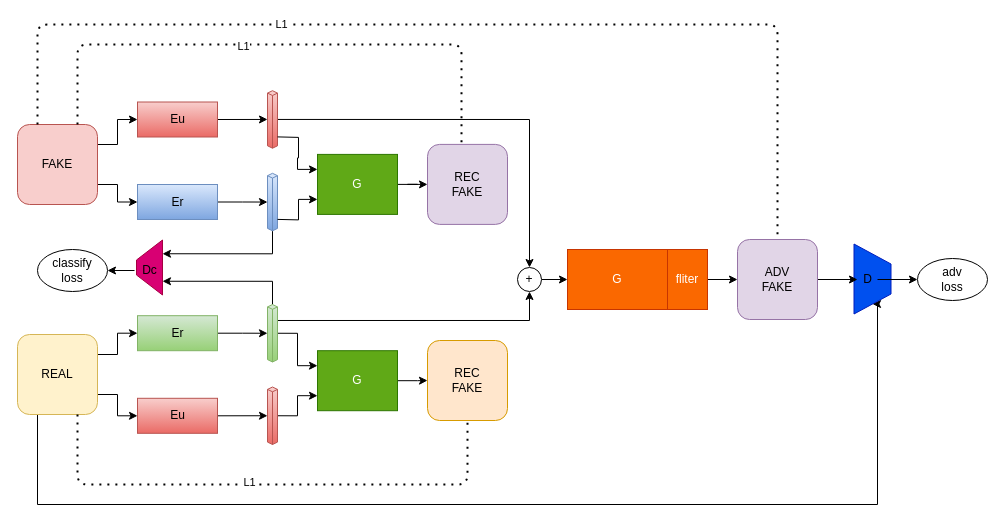
Before: Untitled Diagram.drawio in z30832564/autojs, a draw.io diagram. Source tidied: cells renumbered, new cells numbered last; positions are measured from the earlier drawing's top-left corner, leaving out a move shared by most shapes. Both pictures are drawn from the tidied source at 100%, with x=0, y=0 at pixel (17, 24).
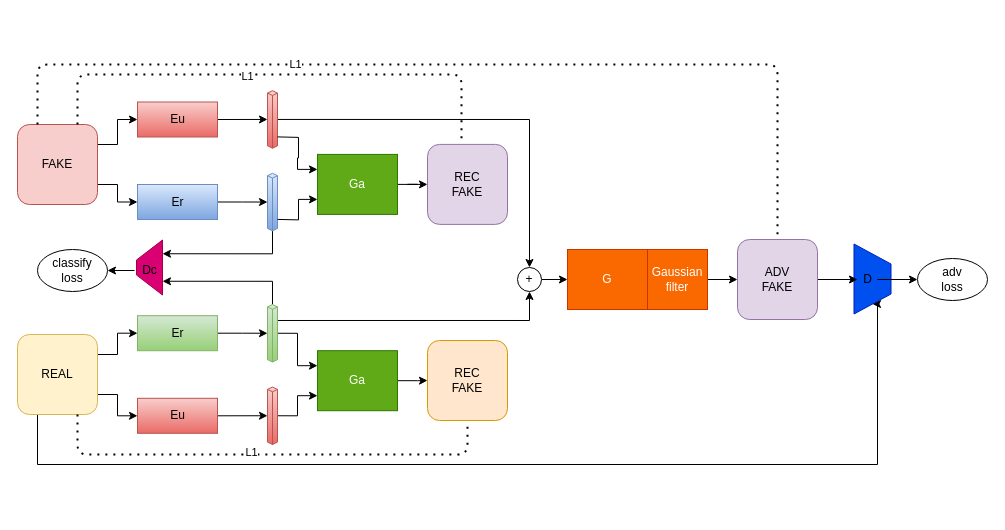
The same page after the edit.

Unchanged cells that the change refers to:
```xml
<mxCell id="4" value="FAKE" style="whiteSpace=wrap;html=1;rounded=1;fillColor=#f8cecc;strokeColor=#b85450;" parent="1" vertex="1">
  <mxGeometry y="100" width="80" height="80" as="geometry" />
</mxCell>
<mxCell id="8" value="REAL" style="whiteSpace=wrap;html=1;rounded=1;fillColor=#fff2cc;strokeColor=#d6b656;" parent="1" vertex="1">
  <mxGeometry y="310" width="80" height="80" as="geometry" />
</mxCell>
<mxCell id="36" style="shape=trapezoid;perimeter=trapezoidPerimeter;whiteSpace=wrap;html=1;fixedSize=1;rotation=90;fillColor=#0050ef;strokeColor=#001DBC;fontColor=#ffffff;" parent="1" vertex="1">
  <mxGeometry x="820" y="236" width="70" height="37" as="geometry" />
</mxCell>
<mxCell id="55" value="REC&lt;br&gt;FAKE" style="whiteSpace=wrap;html=1;rounded=1;fillColor=#e1d5e7;strokeColor=#9673a6;" parent="1" vertex="1">
  <mxGeometry x="410" y="119.9" width="80" height="80" as="geometry" />
</mxCell>
<mxCell id="56" value="REC&lt;br&gt;FAKE" style="whiteSpace=wrap;html=1;rounded=1;fillColor=#ffe6cc;strokeColor=#d79b00;" parent="1" vertex="1">
  <mxGeometry x="410" y="316" width="80" height="80" as="geometry" />
</mxCell>
<mxCell id="58" value="ADV&lt;br&gt;FAKE" style="whiteSpace=wrap;html=1;rounded=1;fillColor=#e1d5e7;strokeColor=#9673a6;" parent="1" vertex="1">
  <mxGeometry x="720" y="215" width="80" height="80" as="geometry" />
</mxCell>
```

Diff of the diagram source:
```diff
@@
     <mxCell id="7" style="edgeStyle=orthogonalEdgeStyle;rounded=0;jettySize=auto;html=1;exitX=0.25;exitY=1;exitDx=0;exitDy=0;entryX=1;entryY=0.5;entryDx=0;entryDy=0;" parent="1" edge="1" source="8" target="36">
       <mxGeometry relative="1" as="geometry">
         <Array as="points">
-          <mxPoint x="20" y="480" />
-          <mxPoint x="860" y="480" />
+          <mxPoint x="20" y="440" />
+          <mxPoint x="860" y="440" />
           <mxPoint x="860" y="280" />
         </Array>
       </mxGeometry>
     </mxCell>
@@
     <mxCell id="35" value="G" style="rounded=0;whiteSpace=wrap;html=1;fillColor=#fa6800;strokeColor=#C73500;fontColor=#ffffff;" parent="1" vertex="1">
-      <mxGeometry x="550" y="225" width="100" height="60" as="geometry" />
+      <mxGeometry x="550" y="225" width="80" height="60" as="geometry" />
     </mxCell>
@@
     <mxCell id="39" style="endArrow=none;dashed=1;html=1;dashPattern=1 3;strokeWidth=2;entryX=0.425;entryY=-0.012;entryDx=0;entryDy=0;exitX=0.75;exitY=0;exitDx=0;exitDy=0;entryPerimeter=0;" parent="1" edge="1" source="4" target="55">
       <mxGeometry relative="1" as="geometry">
         <Array as="points">
-          <mxPoint x="60" y="20" />
-          <mxPoint x="444" y="20" />
+          <mxPoint x="60" y="50" />
+          <mxPoint x="444" y="50" />
         </Array>
       </mxGeometry>
     </mxCell>
@@
     <mxCell id="41" style="endArrow=none;dashed=1;html=1;dashPattern=1 3;strokeWidth=2;entryX=0.5;entryY=1;entryDx=0;entryDy=0;exitX=0.75;exitY=1;exitDx=0;exitDy=0;" parent="1" edge="1" source="8" target="56">
       <mxGeometry relative="1" as="geometry">
         <Array as="points">
-          <mxPoint x="60" y="460" />
-          <mxPoint x="450" y="460" />
+          <mxPoint x="60" y="430" />
+          <mxPoint x="450" y="430" />
         </Array>
       </mxGeometry>
     </mxCell>
@@
-    <mxCell id="46" value="G" style="rounded=0;whiteSpace=wrap;html=1;fillColor=#60a917;strokeColor=#2D7600;fontColor=#ffffff;" parent="1" vertex="1">
+    <mxCell id="46" value="Ga" style="rounded=0;whiteSpace=wrap;html=1;fillColor=#60a917;strokeColor=#2D7600;fontColor=#ffffff;" parent="1" vertex="1">
       <mxGeometry x="300" y="326.2" width="80" height="60" as="geometry" />
     </mxCell>
@@
-    <mxCell id="50" value="G" style="rounded=0;whiteSpace=wrap;html=1;fillColor=#60a917;strokeColor=#2D7600;fontColor=#ffffff;" parent="1" vertex="1">
+    <mxCell id="50" value="Ga" style="rounded=0;whiteSpace=wrap;html=1;fillColor=#60a917;strokeColor=#2D7600;fontColor=#ffffff;" parent="1" vertex="1">
       <mxGeometry x="300" y="129.9" width="80" height="60" as="geometry" />
     </mxCell>
     <mxCell id="51" style="endArrow=none;dashed=1;html=1;dashPattern=1 3;strokeWidth=2;entryX=0.5;entryY=0;entryDx=0;entryDy=0;exitX=0.25;exitY=0;exitDx=0;exitDy=0;" parent="1" edge="1" source="4" target="58">
       <mxGeometry relative="1" as="geometry">
         <Array as="points">
-          <mxPoint x="20" />
-          <mxPoint x="760" />
+          <mxPoint x="20" y="40" />
+          <mxPoint x="760" y="40" />
         </Array>
       </mxGeometry>
     </mxCell>
@@
-    <mxCell id="59" value="fliter" style="rounded=0;whiteSpace=wrap;html=1;fillColor=#fa6800;strokeColor=#C73500;fontColor=#ffffff;" parent="1" vertex="1">
-      <mxGeometry x="650" y="225" width="40" height="60" as="geometry" />
+    <mxCell id="59" value="Gaussian filter" style="rounded=0;whiteSpace=wrap;html=1;fillColor=#fa6800;strokeColor=#C73500;fontColor=#ffffff;" parent="1" vertex="1">
+      <mxGeometry x="630" y="225" width="60" height="60" as="geometry" />
     </mxCell>
```
